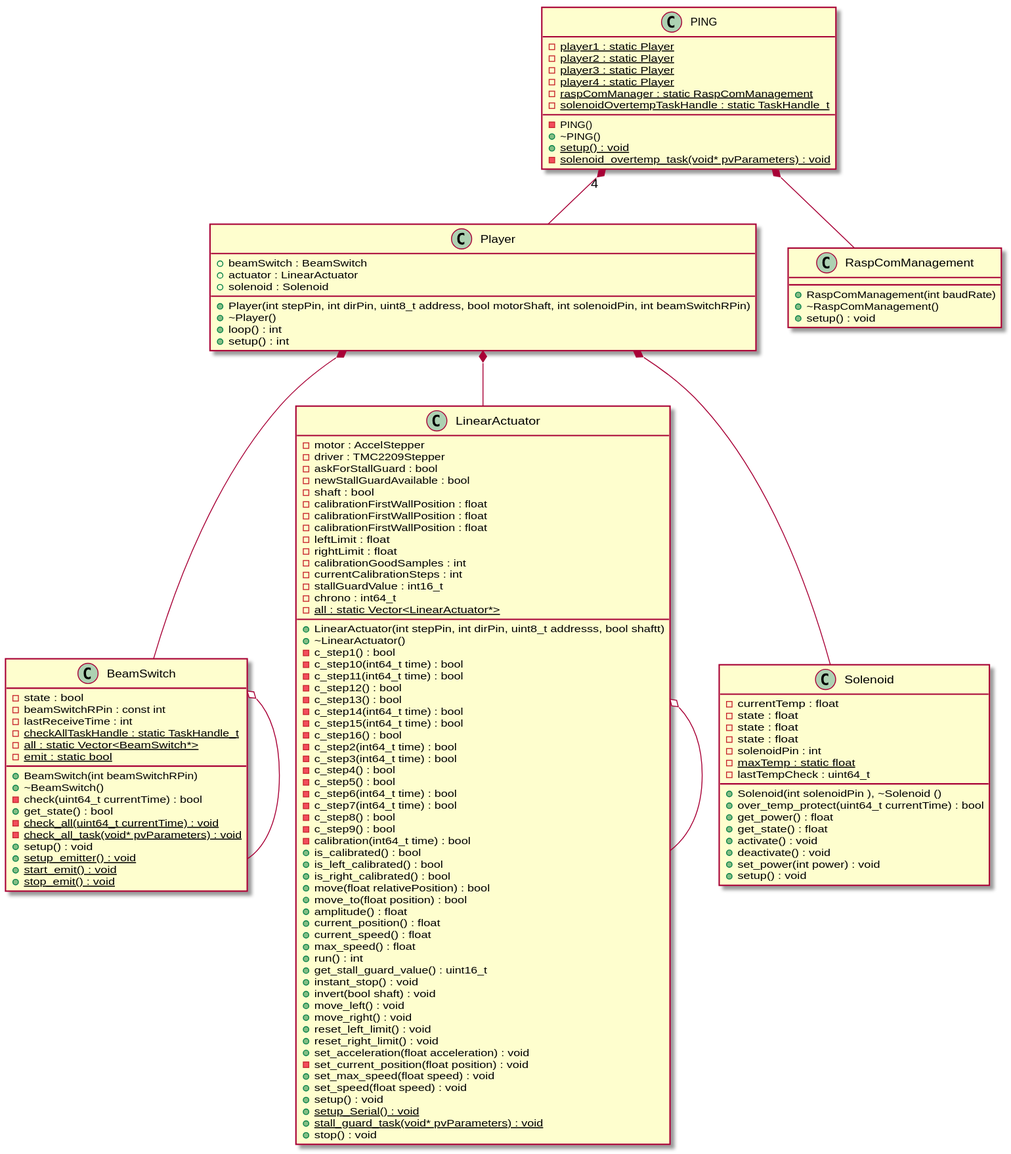
Before: docs/esp32.svg, a diagram exported from PlantUML (2PING2/PING2).
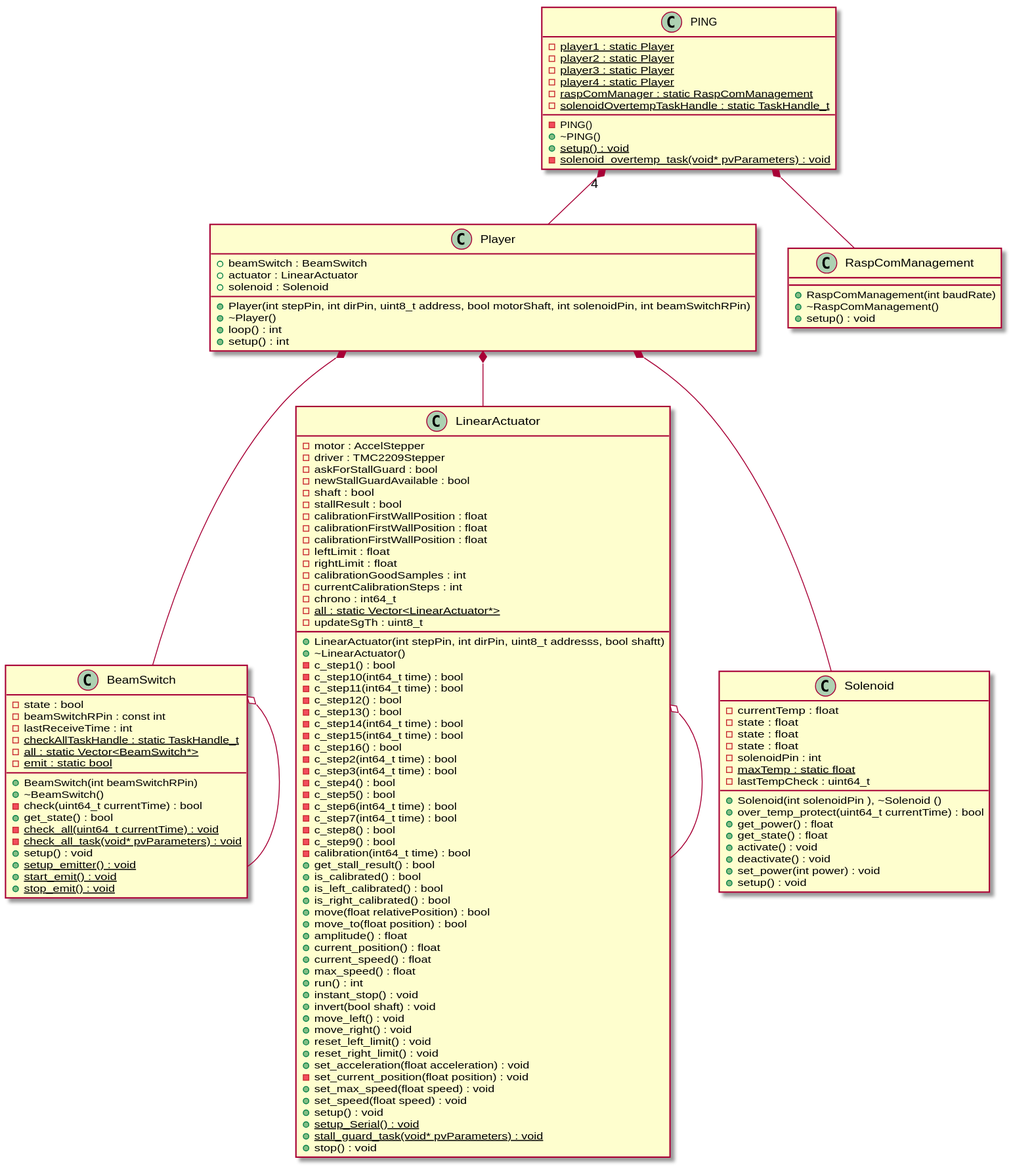
The same diagram one commit later.

Commit message:
Updated UML diagram

Diff of the diagram source:
```diff
@@ -48,6 +48,7 @@
 	-c_step8() : bool
 	-c_step9() : bool
 	-calibration(int64_t time) : bool
+	+get_stall_result() : bool
 	+is_calibrated() : bool
 	+is_left_calibrated() : bool
 	+is_right_calibrated() : bool
@@ -55,6 +56,7 @@
 	+move_to(float position) : bool
 	-newStallGuardAvailable : bool
 	-shaft : bool
+	-stallResult : bool
 	+amplitude() : float
 	-calibrationFirstWallPosition : float
 	-calibrationFirstWallPosition : float
@@ -67,10 +69,9 @@
 	-calibrationGoodSamples : int
 	-currentCalibrationSteps : int
 	+run() : int
-	-stallGuardValue : int16_t
 	-chrono : int64_t
 	-{static} all : static Vector<LinearActuator*>
-	+get_stall_guard_value() : uint16_t
+	-updateSgTh : uint8_t
 	+instant_stop() : void
 	+invert(bool shaft) : void
 	+move_left() : void
```
